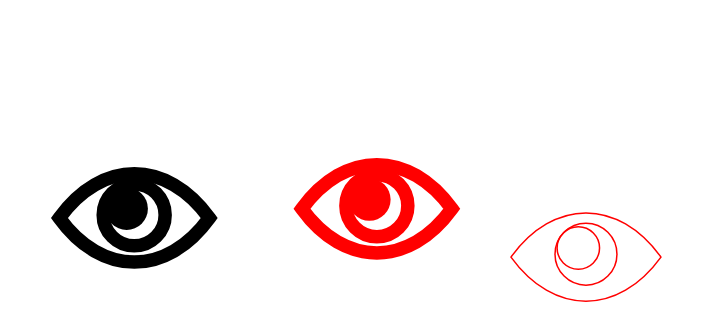
tileissner/knuckle-pad keeps this draw.io diagram as v2/knuckle-pad-mcuCover/mcuCover/Untitled Diagram.drawio. Above is the earlier version. Source tidied: cells renumbered, new cells numbered last; positions are measured from the earlier drawing's top-left corner, leaving out a move shared by most shapes. Both pictures are drawn from the tidied source at 150%, with x=0, y=0 at pixel (75, 134).
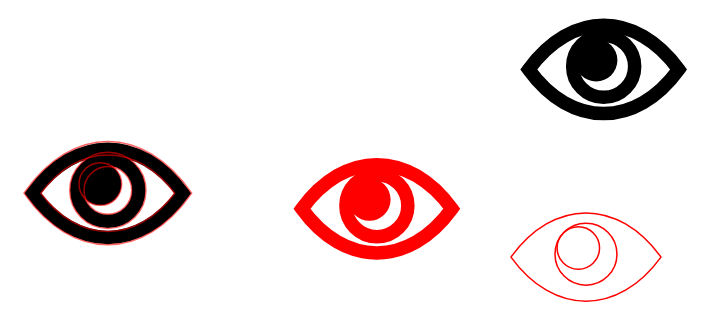
Above is the later version.

Diff of the diagram source:
```diff
@@
 <mxGraphModel>
   <root>
     <mxCell id="0" />
     <mxCell id="1" parent="0" />
-    <mxCell id="2" style="whiteSpace=wrap;html=1;shape=mxgraph.basic.pointed_oval;rotation=90;fillColor=none;strokeWidth=9;shadow=0;sketch=0;" parent="1" vertex="1">
-      <mxGeometry x="-0.2" y="5.8" width="78.5" height="100" as="geometry" />
-    </mxCell>
-    <mxCell id="3" style="ellipse;whiteSpace=wrap;html=1;strokeWidth=9;fillColor=none;" parent="1" vertex="1">
-      <mxGeometry x="18.3" y="33.1" width="41.3" height="41.3" as="geometry" />
-    </mxCell>
-    <mxCell id="4" style="ellipse;whiteSpace=wrap;html=1;strokeWidth=3;strokeColor=none;fillColor=#000000;" parent="1" vertex="1">
-      <mxGeometry x="19.8" y="35.5" width="28.3" height="28.3" as="geometry" />
-    </mxCell>
-    <mxCell id="5" style="whiteSpace=wrap;html=1;shape=mxgraph.basic.pointed_oval;rotation=90;fillColor=none;strokeWidth=9;strokeColor=#FF0000;" parent="1" vertex="1">
+    <mxCell id="5" style="whiteSpace=wrap;html=1;shape=mxgraph.basic.pointed_oval;rotation=90;fillColor=none;strokeWidth=9;strokeColor=#FF0000;fontStyle=1;" parent="1" vertex="1">
       <mxGeometry x="161.5" y="-0.3" width="78.5" height="100" as="geometry" />
     </mxCell>
     <mxCell id="6" style="ellipse;whiteSpace=wrap;html=1;strokeWidth=9;fillColor=none;strokeColor=#FF0000;" parent="1" vertex="1">
       <mxGeometry x="180.1" y="27" width="41.3" height="41.3" as="geometry" />
     </mxCell>
     <mxCell id="7" style="ellipse;whiteSpace=wrap;html=1;strokeWidth=3;strokeColor=none;fillColor=#FF0000;" parent="1" vertex="1">
       <mxGeometry x="181.6" y="29.4" width="28.3" height="28.3" as="geometry" />
     </mxCell>
     <mxCell id="8" style="whiteSpace=wrap;html=1;shape=mxgraph.basic.pointed_oval;rotation=90;fillColor=none;strokeWidth=1;strokeColor=#FF0000;" parent="1" vertex="1">
       <mxGeometry x="300.9" y="31.9" width="78.5" height="100" as="geometry" />
     </mxCell>
     <mxCell id="9" style="ellipse;whiteSpace=wrap;html=1;strokeWidth=1;fillColor=none;strokeColor=#FF0000;" parent="1" vertex="1">
       <mxGeometry x="319.5" y="59.3" width="41.3" height="41.3" as="geometry" />
     </mxCell>
     <mxCell id="10" style="ellipse;whiteSpace=wrap;html=1;strokeWidth=1;strokeColor=#FF0000;fillColor=none;" parent="1" vertex="1">
       <mxGeometry x="320.9" y="61.7" width="28.3" height="28.3" as="geometry" />
     </mxCell>
+    <mxCell id="11" style="whiteSpace=wrap;html=1;shape=mxgraph.basic.pointed_oval;rotation=90;fillColor=none;strokeWidth=9;shadow=0;sketch=0;" parent="1" vertex="1">
+      <mxGeometry x="312.7" y="-93.2" width="78.5" height="100" as="geometry" />
+    </mxCell>
+    <mxCell id="12" style="ellipse;whiteSpace=wrap;html=1;strokeWidth=9;fillColor=none;" parent="1" vertex="1">
+      <mxGeometry x="331.3" y="-65.9" width="41.3" height="41.3" as="geometry" />
+    </mxCell>
+    <mxCell id="13" style="ellipse;whiteSpace=wrap;html=1;strokeWidth=3;strokeColor=none;fillColor=#000000;" parent="1" vertex="1">
+      <mxGeometry x="332.8" y="-63.5" width="28.3" height="28.3" as="geometry" />
+    </mxCell>
+    <mxCell id="14" style="group;strokeWidth=1;" parent="1" vertex="1">
+      <mxGeometry x="-28.6" y="0.1" width="175" height="107.5" as="geometry" />
+    </mxCell>
+    <mxCell id="2" style="whiteSpace=wrap;html=1;shape=mxgraph.basic.pointed_oval;rotation=90;fillColor=none;strokeWidth=9;shadow=0;sketch=0;" parent="14" vertex="1">
+      <mxGeometry x="10.7" y="-10.7" width="78.5" height="100" as="geometry" />
+    </mxCell>
+    <mxCell id="3" style="ellipse;whiteSpace=wrap;html=1;strokeWidth=9;fillColor=none;" parent="14" vertex="1">
+      <mxGeometry x="29.3" y="16.6" width="41.3" height="41.3" as="geometry" />
+    </mxCell>
+    <mxCell id="4" style="ellipse;whiteSpace=wrap;html=1;strokeWidth=3;strokeColor=none;fillColor=#000000;" parent="14" vertex="1">
+      <mxGeometry x="30.8" y="19" width="28.3" height="28.3" as="geometry" />
+    </mxCell>
+    <mxCell id="15" style="whiteSpace=wrap;html=1;shape=mxgraph.basic.pointed_oval;rotation=90;fillColor=none;strokeWidth=1;strokeColor=#FF0000;opacity=60;" parent="14" vertex="1">
+      <mxGeometry x="4.1" y="-16.7" width="91.8" height="111.8" as="geometry" />
+    </mxCell>
+    <mxCell id="16" style="whiteSpace=wrap;html=1;shape=mxgraph.basic.pointed_oval;rotation=90;fillColor=none;strokeWidth=1;strokeColor=#FF0000;opacity=60;" parent="14" vertex="1">
+      <mxGeometry x="15.9" y="-5.4" width="68.1" height="89.2" as="geometry" />
+    </mxCell>
+    <mxCell id="17" style="ellipse;whiteSpace=wrap;html=1;strokeColor=#FF0000;strokeWidth=1;fillColor=none;opacity=60;" parent="14" vertex="1">
+      <mxGeometry x="24.6" y="11.9" width="50.8" height="50.8" as="geometry" />
+    </mxCell>
+    <mxCell id="18" style="ellipse;whiteSpace=wrap;html=1;strokeColor=#FF0000;strokeWidth=1;fillColor=none;opacity=60;" parent="14" vertex="1">
+      <mxGeometry x="34.1" y="21.4" width="31.8" height="31.8" as="geometry" />
+    </mxCell>
+    <mxCell id="19" style="ellipse;whiteSpace=wrap;html=1;strokeColor=#FF0000;strokeWidth=1;fillColor=none;opacity=60;" parent="14" vertex="1">
+      <mxGeometry x="30.8" y="18.9" width="28.4" height="28.4" as="geometry" />
+    </mxCell>
   </root>
 </mxGraphModel>
```
